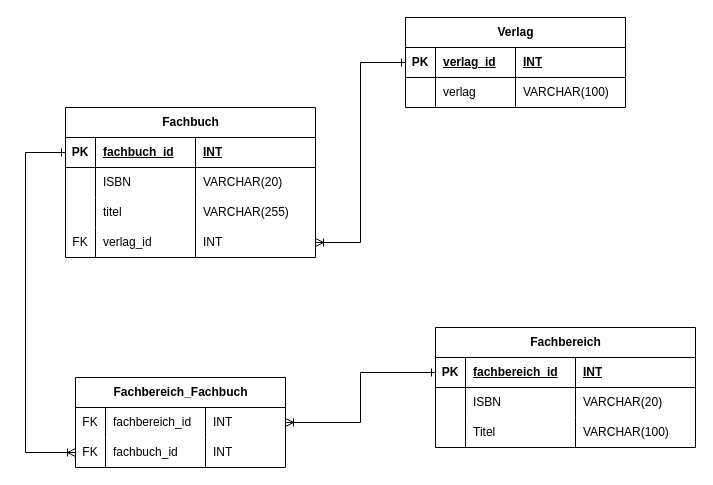
Before: LE-07-01/ER-Diagramm.drawio in AlieksieienkoDmytro/MySQL-Learning, a draw.io diagram. Source tidied: cells renumbered, new cells numbered last; positions are measured from the earlier drawing's top-left corner, leaving out a move shared by most shapes. Both pictures are drawn from the tidied source at 100%, with x=0, y=0 at pixel (25, 17).
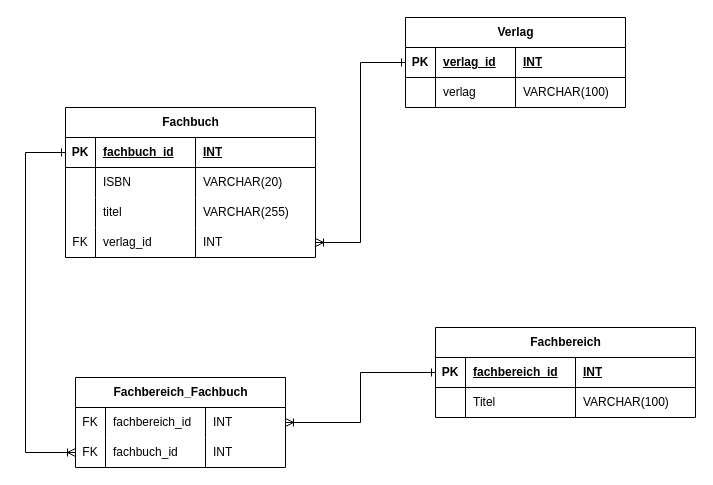
After the change.

What changed in the source:
```diff
@@
     <mxCell id="39" value="Fachbereich" style="shape=table;startSize=30;childLayout=tableLayout;rowLines=0;fontStyle=1;align=center;html=1;" parent="1" vertex="1">
-      <mxGeometry x="410" y="310" width="260" height="120" as="geometry" />
+      <mxGeometry x="410" y="310" width="260" height="90" as="geometry" />
     </mxCell>
@@
-    <mxCell id="44" style="shape=tableRow;horizontal=0;startSize=0;swimlaneHead=0;swimlaneBody=0;fillColor=none;top=0;left=0;right=0;bottom=0;" parent="39" vertex="1">
-      <mxGeometry y="60" width="260" height="30" as="geometry" />
-    </mxCell>
-    <mxCell id="45" style="shape=partialRectangle;fillColor=none;top=0;left=0;bottom=0;right=0;overflow=hidden;whiteSpace=wrap;html=1;" parent="44" vertex="1">
-      <mxGeometry width="30" height="30" as="geometry" />
-    </mxCell>
-    <mxCell id="46" value="ISBN" style="shape=partialRectangle;fillColor=none;top=0;left=0;bottom=0;right=0;align=left;spacingLeft=6;overflow=hidden;whiteSpace=wrap;html=1;" parent="44" vertex="1">
-      <mxGeometry x="30" width="110" height="30" as="geometry" />
-    </mxCell>
-    <mxCell id="47" value="VARCHAR(20)" style="shape=partialRectangle;fillColor=none;top=0;left=0;bottom=0;right=0;align=left;spacingLeft=6;overflow=hidden;whiteSpace=wrap;html=1;" parent="44" vertex="1">
-      <mxGeometry x="140" width="120" height="30" as="geometry" />
-    </mxCell>
     <mxCell id="48" style="shape=tableRow;horizontal=0;startSize=0;swimlaneHead=0;swimlaneBody=0;fillColor=none;top=0;left=0;right=0;bottom=0;" parent="39" vertex="1">
-      <mxGeometry y="90" width="260" height="30" as="geometry" />
+      <mxGeometry y="60" width="260" height="30" as="geometry" />
     </mxCell>
```
